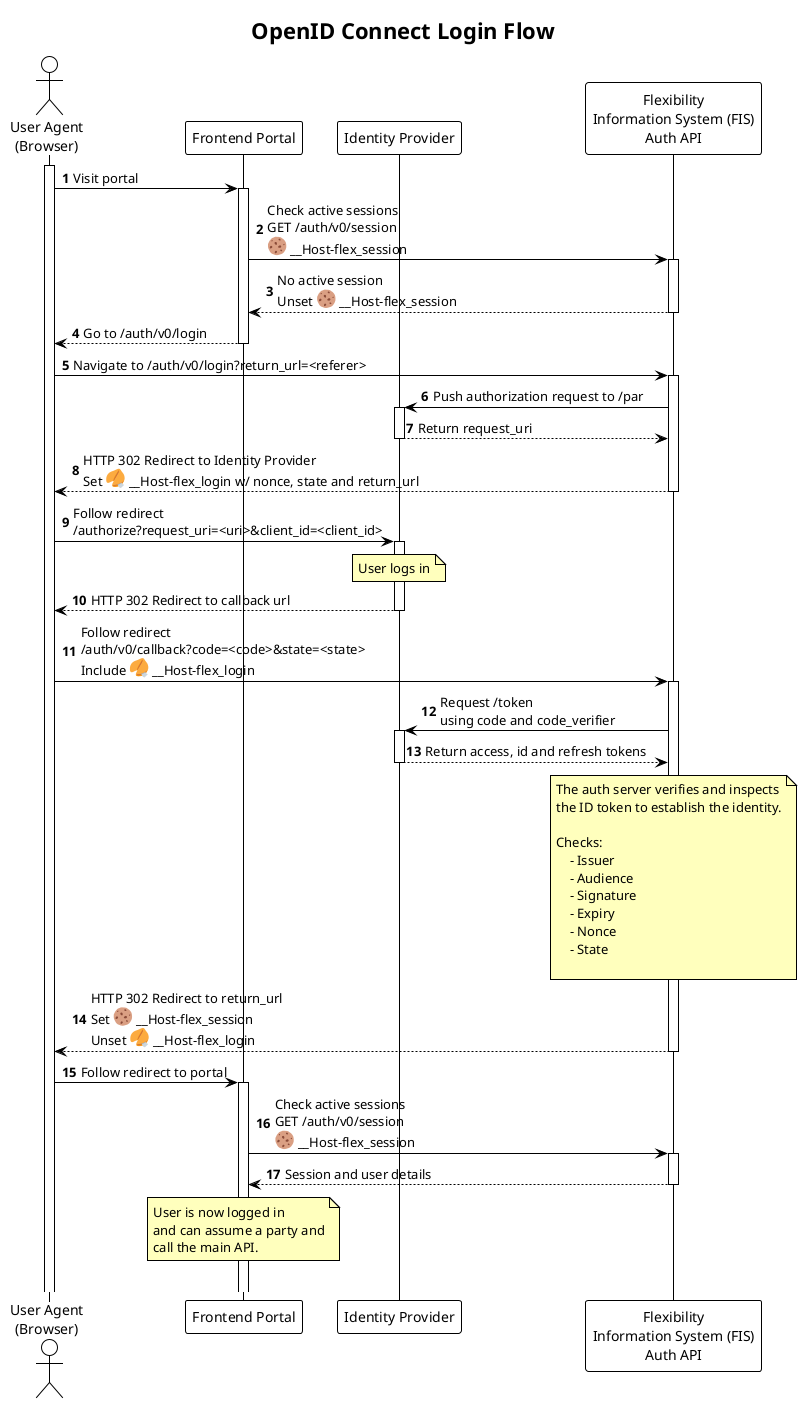
Before: docs-dev/diagrams/oidc_login_sequence.png, a diagram exported from PlantUML (elhub/flex-information-system).
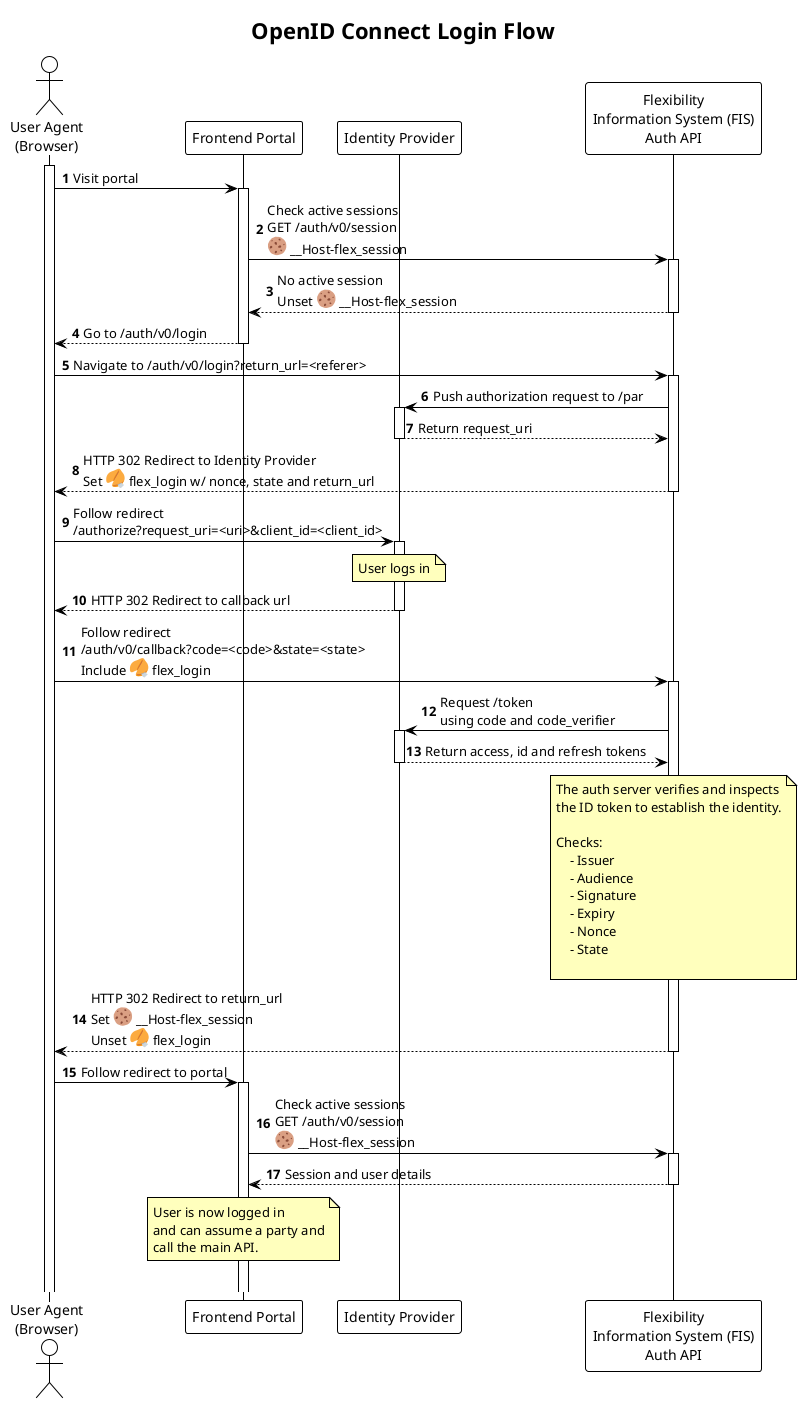
After the commit.

What changed in the source:
```diff
@@ -25,7 +25,7 @@
 UA -> AUTH: Navigate to /auth/v0/login?return_url=<referer>
 AUTH -> IDP: Push authorization request to /par
 return Return request_uri
-return HTTP 302 Redirect to Identity Provider\nSet <:fortune_cookie:> __Host-flex_login w/ nonce, state and return_url
+return HTTP 302 Redirect to Identity Provider\nSet <:fortune_cookie:> flex_login w/ nonce, state and return_url
 
 UA -> IDP: Follow redirect\n/authorize?request_uri=<uri>&client_id=<client_id>
 note over IDP
@@ -33,7 +33,7 @@
 end note
 return HTTP 302 Redirect to callback url
 
-UA -> AUTH: Follow redirect\n/auth/v0/callback?code=<code>&state=<state>\nInclude <:fortune_cookie:> __Host-flex_login
+UA -> AUTH: Follow redirect\n/auth/v0/callback?code=<code>&state=<state>\nInclude <:fortune_cookie:> flex_login
 AUTH -> IDP: Request /token\nusing code and code_verifier
 return Return access, id and refresh tokens
 note over AUTH
@@ -50,7 +50,7 @@
 
 end note
 
-return HTTP 302 Redirect to return_url\nSet <:cookie:> __Host-flex_session\nUnset <:fortune_cookie:> __Host-flex_login
+return HTTP 302 Redirect to return_url\nSet <:cookie:> __Host-flex_session\nUnset <:fortune_cookie:> flex_login
 
 UA -> PORTAL: Follow redirect to portal
 PORTAL -> AUTH: Check active sessions\nGET /auth/v0/session\n<:cookie:> __Host-flex_session
```
